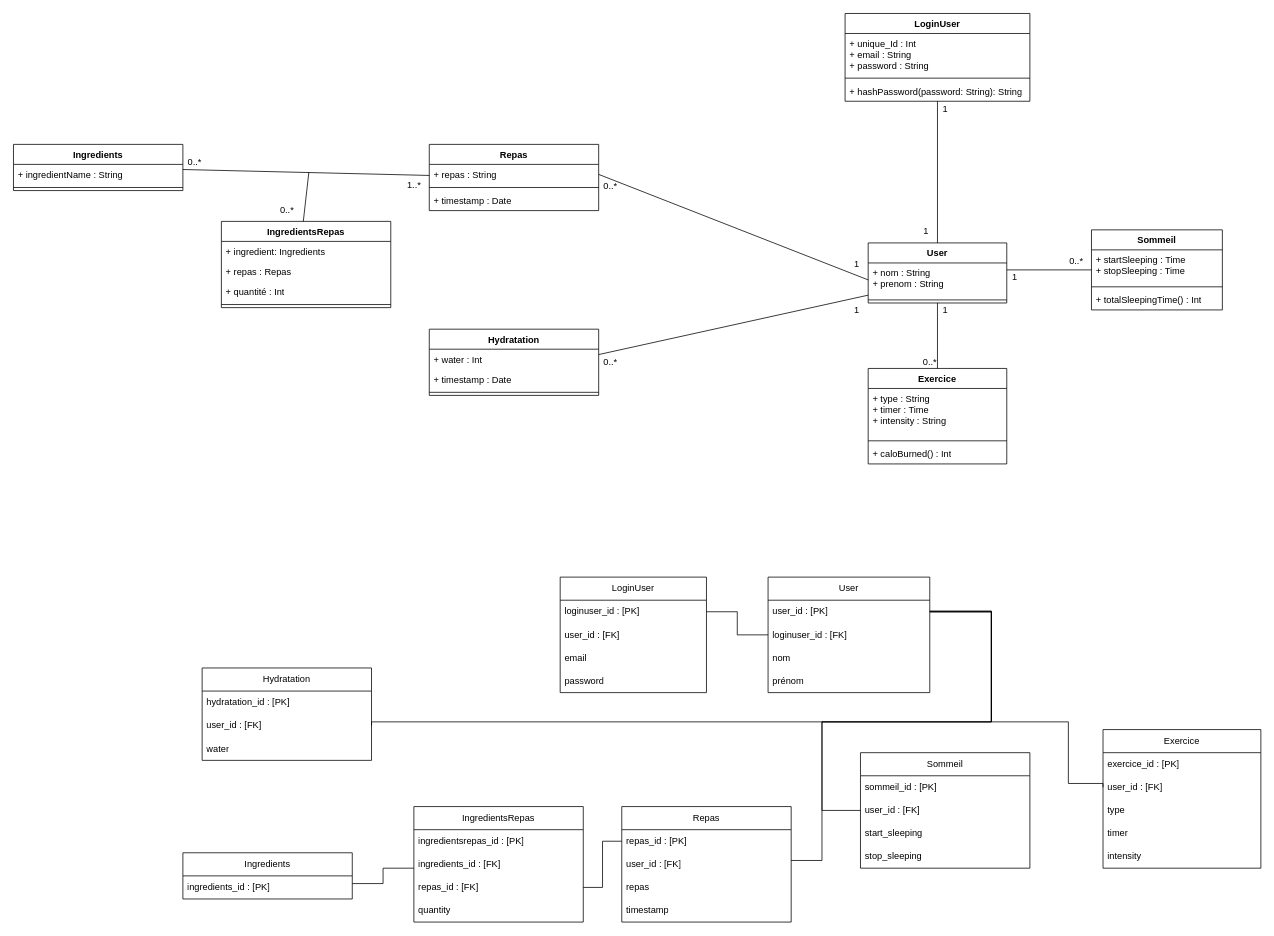
Before: P5_Exercice.drawio in CodeStarter40/P5, a draw.io diagram. Source tidied: cells renumbered, new cells numbered last; positions are measured from the earlier drawing's top-left corner, leaving out a move shared by most shapes. Both pictures are drawn from the tidied source at 77%, with x=0, y=0 at pixel (13, 13).
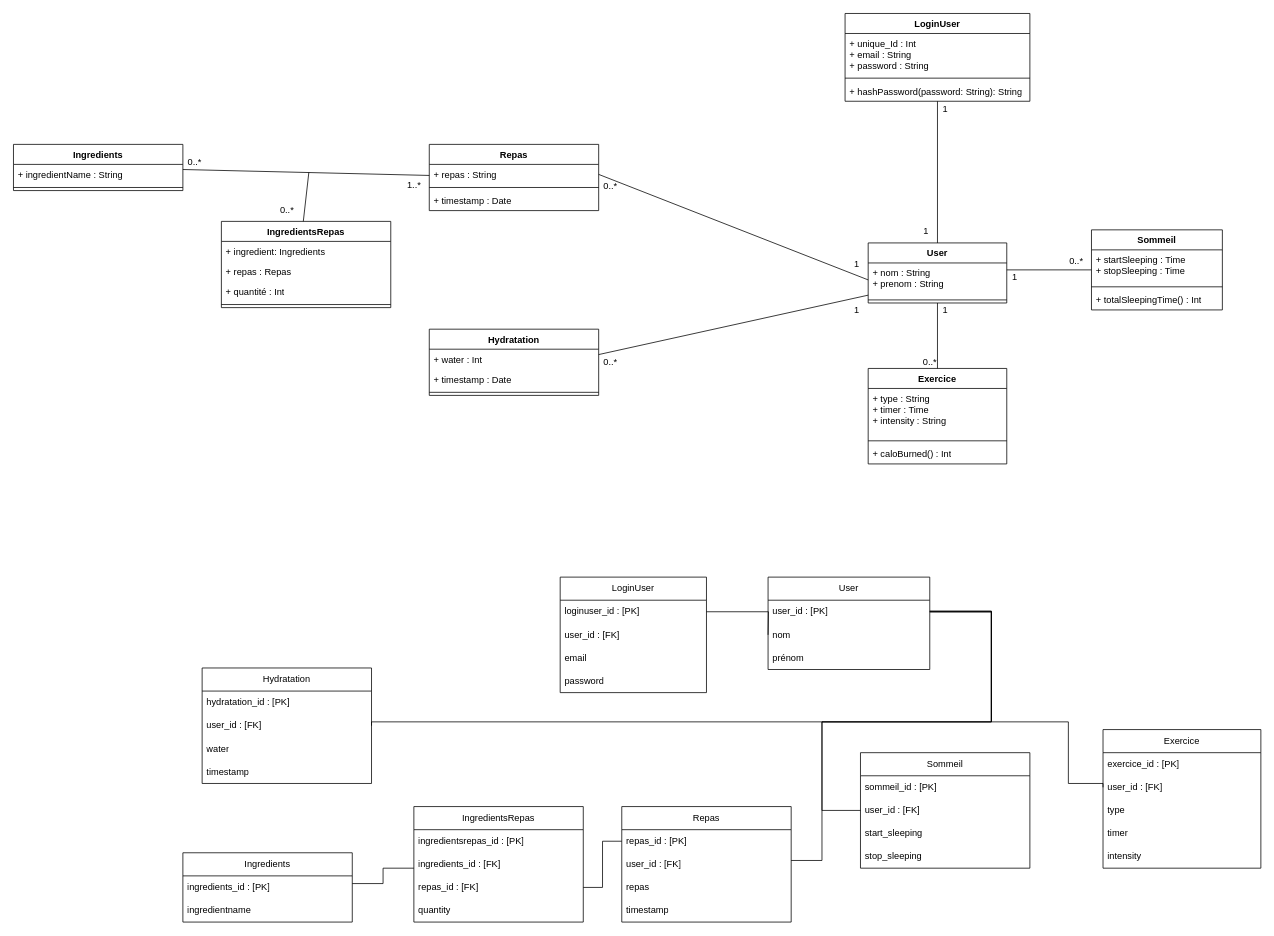
After the change.

Commit message:
Mettre à jour P5_Exercice.drawio

The change refers to these unchanged cells:
```xml
<mxCell id="37" value="loginuser_id : [PK]" style="text;strokeColor=none;fillColor=none;align=left;verticalAlign=middle;spacingLeft=4;spacingRight=4;overflow=hidden;points=[[0,0.5],[1,0.5]];portConstraint=eastwest;whiteSpace=wrap;html=1;" parent="36" vertex="1">
  <mxGeometry y="30" width="190" height="30" as="geometry" />
</mxCell>
```

Change to the diagram source:
```diff
@@
     <mxCell id="41" value="User" style="swimlane;fontStyle=0;horizontal=1;startSize=30;whiteSpace=wrap;html=1;" parent="1" vertex="1">
-      <mxGeometry x="980" y="732" width="210" height="150" as="geometry" />
+      <mxGeometry x="980" y="732" width="210" height="120" as="geometry" />
     </mxCell>
@@
-    <mxCell id="43" value="loginuser_id : [FK]" style="text;strokeColor=none;fillColor=none;align=left;verticalAlign=middle;spacingLeft=4;spacingRight=4;overflow=hidden;points=[[0,0.5],[1,0.5]];portConstraint=eastwest;whiteSpace=wrap;html=1;" parent="41" vertex="1">
-      <mxGeometry y="60" width="210" height="30" as="geometry" />
-    </mxCell>
     <mxCell id="44" value="nom" style="text;strokeColor=none;fillColor=none;align=left;verticalAlign=middle;spacingLeft=4;spacingRight=4;overflow=hidden;whiteSpace=wrap;html=1;" parent="41" vertex="1">
-      <mxGeometry y="90" width="210" height="30" as="geometry" />
+      <mxGeometry y="60" width="210" height="30" as="geometry" />
     </mxCell>
     <mxCell id="45" value="prénom" style="text;strokeColor=none;fillColor=none;align=left;verticalAlign=middle;spacingLeft=4;spacingRight=4;overflow=hidden;whiteSpace=wrap;html=1;" parent="41" vertex="1">
-      <mxGeometry y="120" width="210" height="30" as="geometry" />
+      <mxGeometry y="90" width="210" height="30" as="geometry" />
     </mxCell>
     <mxCell id="46" value="Ingredients" style="swimlane;fontStyle=0;horizontal=1;startSize=30;whiteSpace=wrap;html=1;" parent="1" vertex="1">
-      <mxGeometry x="220" y="1090" width="220" height="60" as="geometry" />
+      <mxGeometry x="220" y="1090" width="220" height="90" as="geometry" />
     </mxCell>
@@
+    <mxCell id="97" value="ingredientname" style="text;strokeColor=none;fillColor=none;align=left;verticalAlign=middle;spacingLeft=4;spacingRight=4;overflow=hidden;whiteSpace=wrap;html=1;" parent="46" vertex="1">
+      <mxGeometry y="60" width="220" height="30" as="geometry" />
+    </mxCell>
@@
     <mxCell id="53" value="Hydratation" style="swimlane;fontStyle=0;horizontal=1;startSize=30;whiteSpace=wrap;html=1;" parent="1" vertex="1">
-      <mxGeometry x="245" y="850" width="220" height="120" as="geometry" />
+      <mxGeometry x="245" y="850" width="220" height="150" as="geometry" />
     </mxCell>
@@
+    <mxCell id="98" value="water" style="text;strokeColor=none;fillColor=none;align=left;verticalAlign=middle;spacingLeft=4;spacingRight=4;overflow=hidden;whiteSpace=wrap;html=1;" parent="53" vertex="1">
+      <mxGeometry y="90" width="220" height="30" as="geometry" />
+    </mxCell>
-    <mxCell id="56" value="water" style="text;strokeColor=none;fillColor=none;align=left;verticalAlign=middle;spacingLeft=4;spacingRight=4;overflow=hidden;whiteSpace=wrap;html=1;" parent="53" vertex="1">
-      <mxGeometry y="90" width="220" height="30" as="geometry" />
+    <mxCell id="56" value="timestamp" style="text;strokeColor=none;fillColor=none;align=left;verticalAlign=middle;spacingLeft=4;spacingRight=4;overflow=hidden;whiteSpace=wrap;html=1;" parent="53" vertex="1">
+      <mxGeometry y="120" width="220" height="30" as="geometry" />
     </mxCell>
@@
-    <mxCell id="81" style="endArrow=none;html=1;rounded=0;edgeStyle=orthogonalEdgeStyle;" parent="1" edge="1" source="37" target="43">
-      <mxGeometry relative="1" as="geometry" />
+    <mxCell id="81" style="endArrow=none;html=1;rounded=0;edgeStyle=orthogonalEdgeStyle;" parent="1" edge="1" source="37">
+      <mxGeometry relative="1" as="geometry">
+        <mxPoint x="980" y="807" as="targetPoint" />
+      </mxGeometry>
     </mxCell>
```
